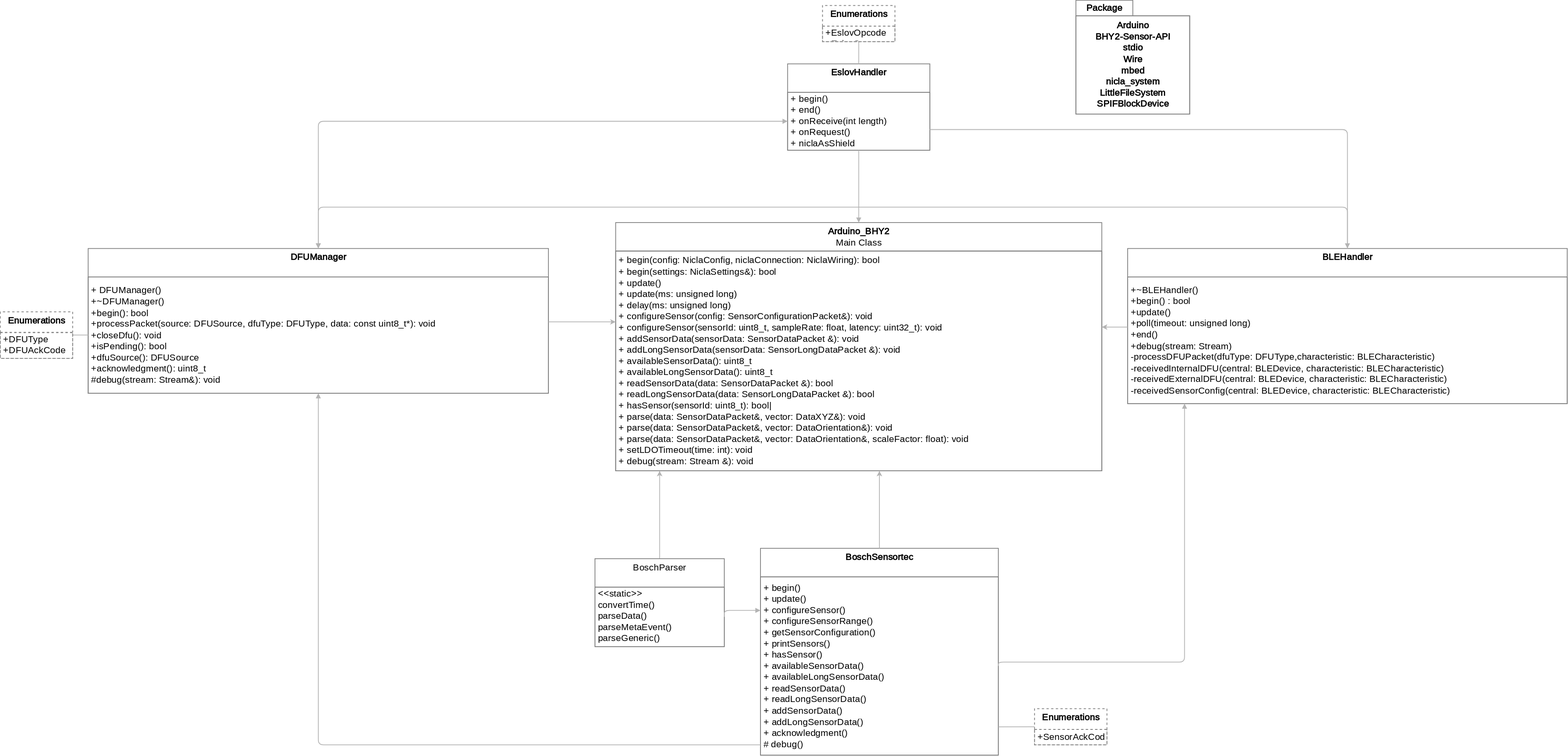
Before: Arduino_BHY2/Arduino_BHY2.UML.drawio.svg, a diagram exported from draw.io (arduino/nicla-sense-me-fw). Source tidied: cells renumbered, new cells last; positions are measured from the earlier drawing's top-left corner, leaving out a move shared by most shapes.
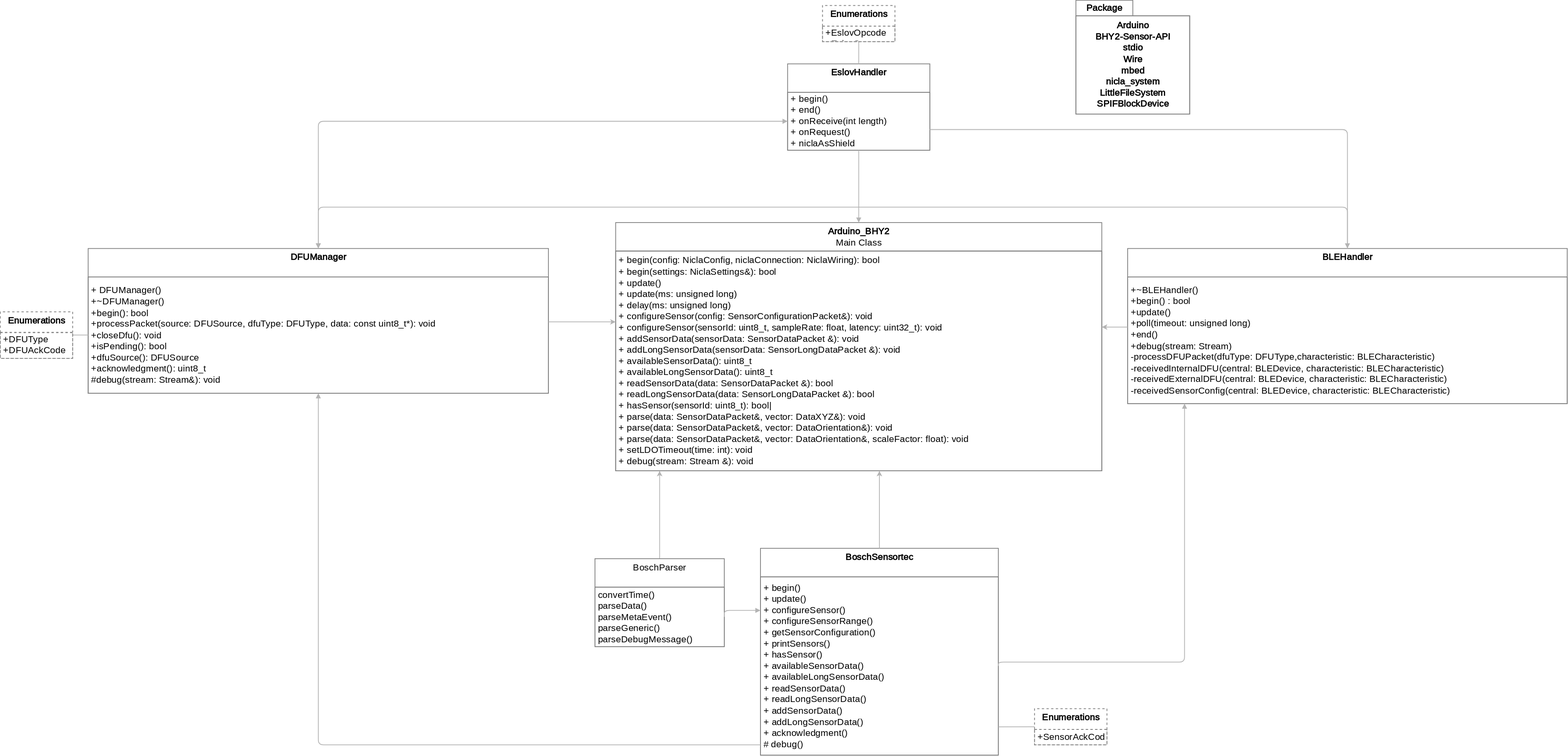
After the change.

The edit, as a diff of the source:
```diff
@@ -39,7 +39,7 @@
     <mxCell id="12" value="&lt;span style=&quot;text-align: left; font-size: 18px;&quot;&gt;BoschParser&lt;br style=&quot;font-size: 18px;&quot;&gt;&lt;div style=&quot;text-align: left; font-size: 18px;&quot;&gt;&lt;br style=&quot;font-size: 18px;&quot;&gt;&lt;/div&gt;&lt;/span&gt;" style="swimlane;fontStyle=0;align=center;verticalAlign=top;horizontal=1;startSize=55;html=1;fontFamily=Roboto Mono;fontSource=https%3A%2F%2Ffonts.googleapis.com%2Fcss%3Ffamily%3DRoboto%2BMono;fontSize=18;strokeWidth=1.5;fontColor=#000000;labelBackgroundColor=none;strokeColor=#808080;" parent="1" vertex="1">
       <mxGeometry x="1150" y="1080" width="250" height="170" as="geometry" />
     </mxCell>
-    <mxCell id="13" value="&amp;lt;&amp;lt;static&amp;gt;&amp;gt;&lt;br style=&quot;font-size: 18px;&quot;&gt;convertTime()&lt;br style=&quot;font-size: 18px;&quot;&gt;parseData()&lt;br style=&quot;font-size: 18px;&quot;&gt;parseMetaEvent()&lt;br style=&quot;font-size: 18px;&quot;&gt;parseGeneric()&lt;br style=&quot;font-size: 18px;&quot;&gt;parseDebugMessage()&amp;nbsp;" style="text;html=1;strokeColor=#808080;fillColor=none;align=left;verticalAlign=middle;spacingLeft=4;spacingRight=4;overflow=hidden;points=[[0,0.5],[1,0.5]];portConstraint=eastwest;fontFamily=Roboto Mono;fontSource=https%3A%2F%2Ffonts.googleapis.com%2Fcss%3Ffamily%3DRoboto%2BMono;fontSize=18;strokeWidth=1.5;fontColor=#000000;labelBackgroundColor=none;" parent="12" vertex="1">
+    <mxCell id="13" value="convertTime()&lt;br style=&quot;font-size: 18px;&quot;&gt;parseData()&lt;br style=&quot;font-size: 18px;&quot;&gt;parseMetaEvent()&lt;br style=&quot;font-size: 18px;&quot;&gt;parseGeneric()&lt;br style=&quot;font-size: 18px;&quot;&gt;parseDebugMessage()&amp;nbsp;" style="text;html=1;strokeColor=#808080;fillColor=none;align=left;verticalAlign=middle;spacingLeft=4;spacingRight=4;overflow=hidden;points=[[0,0.5],[1,0.5]];portConstraint=eastwest;fontFamily=Roboto Mono;fontSource=https%3A%2F%2Ffonts.googleapis.com%2Fcss%3Ffamily%3DRoboto%2BMono;fontSize=18;strokeWidth=1.5;fontColor=#000000;labelBackgroundColor=none;" parent="12" vertex="1">
       <mxGeometry y="55" width="250" height="115" as="geometry" />
     </mxCell>
     <mxCell id="14" value="&lt;b style=&quot;font-size: 18px;&quot;&gt;BLEHandler&lt;br style=&quot;font-size: 18px;&quot;&gt;&lt;/b&gt;" style="swimlane;fontStyle=0;align=center;verticalAlign=top;horizontal=1;startSize=55;html=1;fontFamily=Roboto Mono;fontSource=https%3A%2F%2Ffonts.googleapis.com%2Fcss%3Ffamily%3DRoboto%2BMono;fontSize=18;strokeWidth=1.5;fontColor=#000000;labelBackgroundColor=none;strokeColor=#808080;" parent="1" vertex="1">
```
